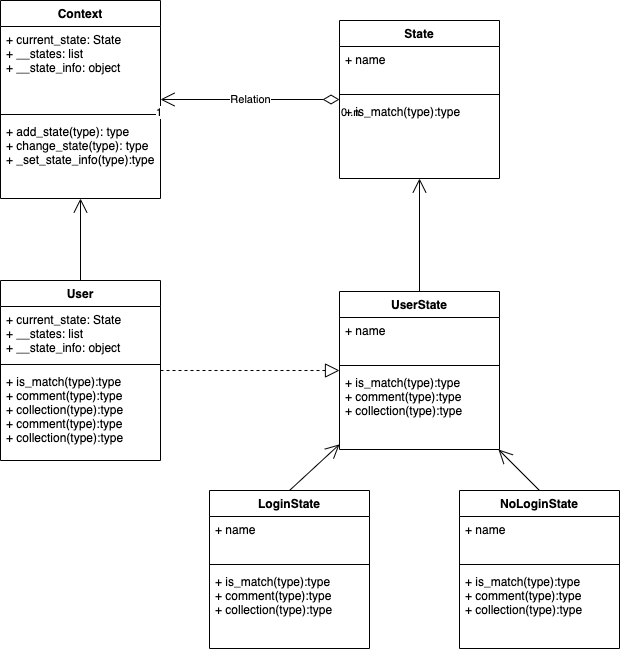
Earlier version of the draw.io export unit 2/img/hw2-uml.drawio.png (JavanTang/learning_design_pattern). Source tidied: cells renumbered, new cells last; positions are measured from the earlier drawing's top-left corner, leaving out a move shared by most shapes.
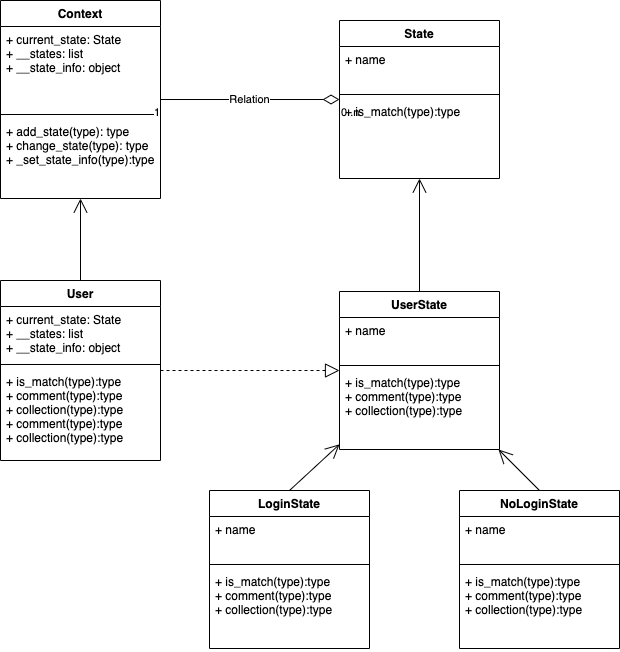
Above is the later version.

Change to the diagram source:
```diff
@@ -14,7 +14,7 @@
     <mxCell id="5" value="+ add_state(type): type&#10;+ change_state(type): type&#10;+ _set_state_info(type):type" style="text;strokeColor=none;fillColor=none;align=left;verticalAlign=top;spacingLeft=4;spacingRight=4;overflow=hidden;points=[[0,0.5],[1,0.5]];portConstraint=eastwest;" parent="2" vertex="1">
       <mxGeometry y="118" width="160" height="80" as="geometry" />
     </mxCell>
-    <mxCell id="6" value="Relation" style="endArrow=open;html=1;endSize=12;startArrow=diamondThin;startSize=14;startFill=0;edgeStyle=orthogonalEdgeStyle;" parent="1" edge="1" source="9" target="2">
+    <mxCell id="6" value="Relation" style="endArrow=none;html=1;endSize=12;startArrow=diamondThin;startSize=14;startFill=0;edgeStyle=orthogonalEdgeStyle;endFill=0;" parent="1" edge="1" source="9" target="2">
       <mxGeometry relative="1" as="geometry" />
     </mxCell>
     <mxCell id="7" value="0..n" style="edgeLabel;html=1;align=left;verticalAlign=top;" parent="6" vertex="1">
```
